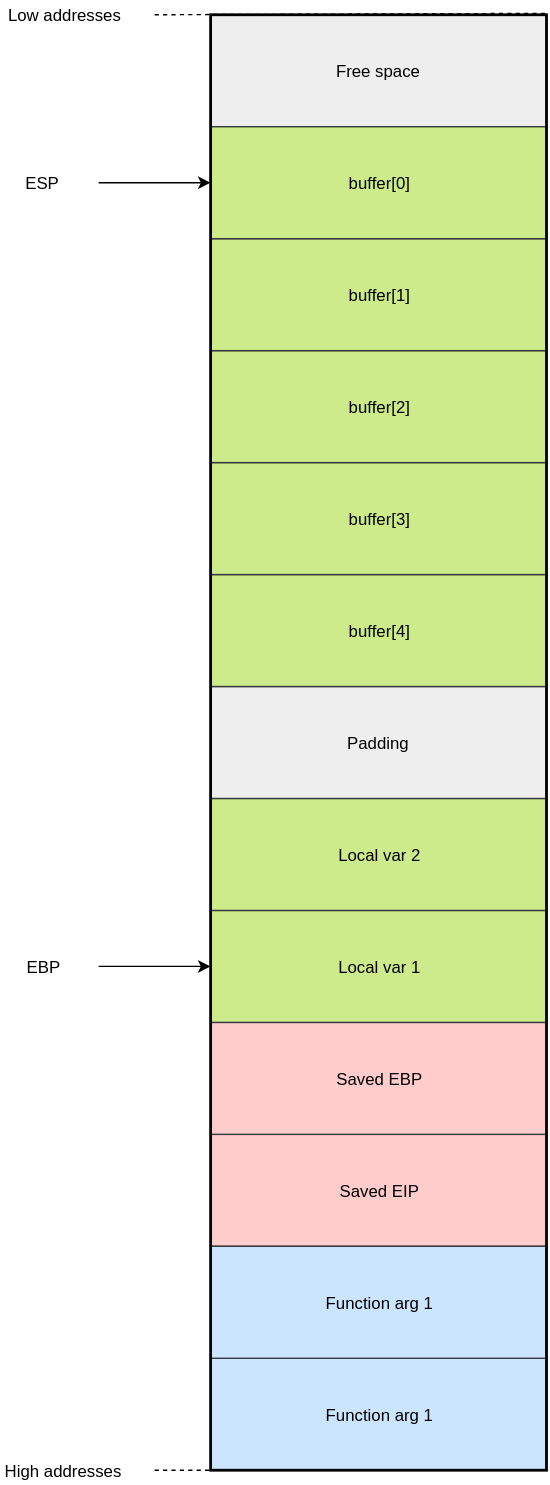
This is assets/C-func-stack-layout-x86.svg from greglan/greglan.github.io, a draw.io export, as it was before one commit. Source tidied: cells renumbered, new cells last; positions are measured from the earlier drawing's top-left corner, leaving out a move shared by most shapes.
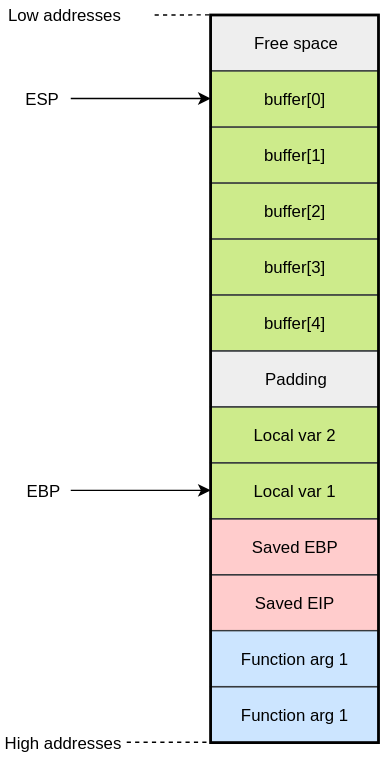
The same file after the commit.

Change to the diagram source:
```diff
@@ -11,70 +11,64 @@
       </mxGeometry>
     </mxCell>
     <mxCell id="4" value="High addresses" style="text;html=1;strokeColor=none;fillColor=none;align=center;verticalAlign=middle;whiteSpace=wrap;rounded=0;dashed=1;labelBackgroundColor=#ffffff;" parent="1" vertex="1">
-      <mxGeometry y="1040" width="90" height="20" as="geometry" />
+      <mxGeometry y="520" width="90" height="20" as="geometry" />
     </mxCell>
-    <mxCell id="5" style="endArrow=none;dashed=1;html=1;entryX=1;entryY=1;entryDx=0;entryDy=0;entryPerimeter=0;" parent="1" edge="1" target="23">
-      <mxGeometry relative="1" as="geometry">
-        <mxPoint x="110" y="1050" as="sourcePoint" />
-      </mxGeometry>
+    <mxCell id="5" style="endArrow=none;dashed=1;html=1;entryX=1;entryY=1;entryDx=0;entryDy=0;entryPerimeter=0;exitX=1;exitY=0.5;exitDx=0;exitDy=0;" parent="1" edge="1" source="4" target="23">
+      <mxGeometry relative="1" as="geometry" />
     </mxCell>
     <mxCell id="6" value="Function arg 1" style="rounded=0;whiteSpace=wrap;html=1;labelBackgroundColor=none;strokeColor=#36393d;fillColor=#cce5ff;" parent="1" vertex="1">
-      <mxGeometry x="150" y="970" width="240" height="80" as="geometry" />
+      <mxGeometry x="150" y="490" width="120" height="40" as="geometry" />
     </mxCell>
     <mxCell id="7" value="EBP" style="text;html=1;strokeColor=none;fillColor=none;align=center;verticalAlign=middle;whiteSpace=wrap;rounded=0;labelBackgroundColor=none;" parent="1" vertex="1">
-      <mxGeometry x="10" y="680" width="40" height="20" as="geometry" />
+      <mxGeometry x="10" y="340" width="40" height="20" as="geometry" />
     </mxCell>
     <mxCell id="8" value="ESP" style="text;html=1;strokeColor=none;fillColor=none;align=center;verticalAlign=middle;whiteSpace=wrap;rounded=0;labelBackgroundColor=none;" parent="1" vertex="1">
-      <mxGeometry x="10" y="120" width="40" height="20" as="geometry" />
+      <mxGeometry x="10" y="60" width="40" height="20" as="geometry" />
     </mxCell>
     <mxCell id="9" value="Free space&lt;br&gt;" style="rounded=0;whiteSpace=wrap;html=1;labelBackgroundColor=none;strokeColor=#36393d;fillColor=#eeeeee;" parent="1" vertex="1">
-      <mxGeometry x="150" y="10" width="240" height="80" as="geometry" />
+      <mxGeometry x="150" y="10" width="120" height="40" as="geometry" />
     </mxCell>
     <mxCell id="10" value="Saved EIP" style="rounded=0;whiteSpace=wrap;html=1;labelBackgroundColor=none;strokeColor=#36393d;fillColor=#ffcccc;" parent="1" vertex="1">
-      <mxGeometry x="150" y="810" width="240" height="80" as="geometry" />
+      <mxGeometry x="150" y="410" width="120" height="40" as="geometry" />
     </mxCell>
     <mxCell id="11" value="Saved EBP" style="rounded=0;whiteSpace=wrap;html=1;labelBackgroundColor=none;strokeColor=#36393d;fillColor=#ffcccc;" parent="1" vertex="1">
-      <mxGeometry x="150" y="730" width="240" height="80" as="geometry" />
+      <mxGeometry x="150" y="370" width="120" height="40" as="geometry" />
     </mxCell>
     <mxCell id="12" value="Function arg 1" style="rounded=0;whiteSpace=wrap;html=1;labelBackgroundColor=none;strokeColor=#36393d;fillColor=#cce5ff;" parent="1" vertex="1">
-      <mxGeometry x="150" y="890" width="240" height="80" as="geometry" />
+      <mxGeometry x="150" y="450" width="120" height="40" as="geometry" />
     </mxCell>
     <mxCell id="13" value="Local var 1" style="rounded=0;whiteSpace=wrap;html=1;labelBackgroundColor=none;strokeColor=#36393d;fillColor=#cdeb8b;" parent="1" vertex="1">
-      <mxGeometry x="150" y="650" width="240" height="80" as="geometry" />
+      <mxGeometry x="150" y="330" width="120" height="40" as="geometry" />
     </mxCell>
     <mxCell id="14" value="Local var 2" style="rounded=0;whiteSpace=wrap;html=1;labelBackgroundColor=none;strokeColor=#36393d;fillColor=#cdeb8b;" parent="1" vertex="1">
-      <mxGeometry x="150" y="570" width="240" height="80" as="geometry" />
+      <mxGeometry x="150" y="290" width="120" height="40" as="geometry" />
     </mxCell>
     <mxCell id="15" value="Padding&lt;br&gt;" style="rounded=0;whiteSpace=wrap;html=1;labelBackgroundColor=none;strokeColor=#36393d;fillColor=#eeeeee;" parent="1" vertex="1">
-      <mxGeometry x="150" y="490" width="240" height="80" as="geometry" />
+      <mxGeometry x="150" y="250" width="120" height="40" as="geometry" />
     </mxCell>
-    <mxCell id="16" style="endArrow=classic;html=1;entryX=0;entryY=0.5;" parent="1" edge="1" target="13">
-      <mxGeometry relative="1" as="geometry">
-        <mxPoint x="70" y="690" as="sourcePoint" />
-      </mxGeometry>
+    <mxCell id="16" style="endArrow=classic;html=1;entryX=0;entryY=0.5;exitX=1;exitY=0.5;exitDx=0;exitDy=0;" parent="1" edge="1" source="7" target="13">
+      <mxGeometry relative="1" as="geometry" />
     </mxCell>
-    <mxCell id="17" style="endArrow=classic;html=1;entryX=0;entryY=0.5;" parent="1" edge="1" target="22">
-      <mxGeometry relative="1" as="geometry">
-        <mxPoint x="70" y="130" as="sourcePoint" />
-      </mxGeometry>
+    <mxCell id="17" style="endArrow=classic;html=1;entryX=0;entryY=0.5;exitX=1;exitY=0.5;exitDx=0;exitDy=0;" parent="1" edge="1" source="8" target="22">
+      <mxGeometry relative="1" as="geometry" />
     </mxCell>
     <mxCell id="18" value="buffer[4]&lt;br&gt;" style="rounded=0;whiteSpace=wrap;html=1;labelBackgroundColor=none;strokeColor=#36393d;fillColor=#cdeb8b;" parent="1" vertex="1">
-      <mxGeometry x="150" y="410" width="240" height="80" as="geometry" />
+      <mxGeometry x="150" y="210" width="120" height="40" as="geometry" />
     </mxCell>
     <mxCell id="19" value="buffer[3]&lt;br&gt;" style="rounded=0;whiteSpace=wrap;html=1;labelBackgroundColor=none;strokeColor=#36393d;fillColor=#cdeb8b;" parent="1" vertex="1">
-      <mxGeometry x="150" y="330" width="240" height="80" as="geometry" />
+      <mxGeometry x="150" y="170" width="120" height="40" as="geometry" />
     </mxCell>
     <mxCell id="20" value="buffer[2]&lt;br&gt;" style="rounded=0;whiteSpace=wrap;html=1;labelBackgroundColor=none;strokeColor=#36393d;fillColor=#cdeb8b;" parent="1" vertex="1">
-      <mxGeometry x="150" y="250" width="240" height="80" as="geometry" />
+      <mxGeometry x="150" y="130" width="120" height="40" as="geometry" />
     </mxCell>
     <mxCell id="21" value="buffer[1]&lt;br&gt;" style="rounded=0;whiteSpace=wrap;html=1;labelBackgroundColor=none;strokeColor=#36393d;fillColor=#cdeb8b;" parent="1" vertex="1">
-      <mxGeometry x="150" y="170" width="240" height="80" as="geometry" />
+      <mxGeometry x="150" y="90" width="120" height="40" as="geometry" />
     </mxCell>
     <mxCell id="22" value="buffer[0]&lt;br&gt;" style="rounded=0;whiteSpace=wrap;html=1;labelBackgroundColor=none;strokeColor=#36393d;fillColor=#cdeb8b;" parent="1" vertex="1">
-      <mxGeometry x="150" y="90" width="240" height="80" as="geometry" />
+      <mxGeometry x="150" y="50" width="120" height="40" as="geometry" />
     </mxCell>
     <mxCell id="23" style="rounded=0;whiteSpace=wrap;html=1;labelBackgroundColor=none;strokeColor=#000000;fillColor=none;strokeWidth=2;" parent="1" vertex="1">
-      <mxGeometry x="150" y="10" width="240" height="1040" as="geometry" />
+      <mxGeometry x="150" y="10" width="120" height="520" as="geometry" />
     </mxCell>
   </root>
 </mxGraphModel>
```
